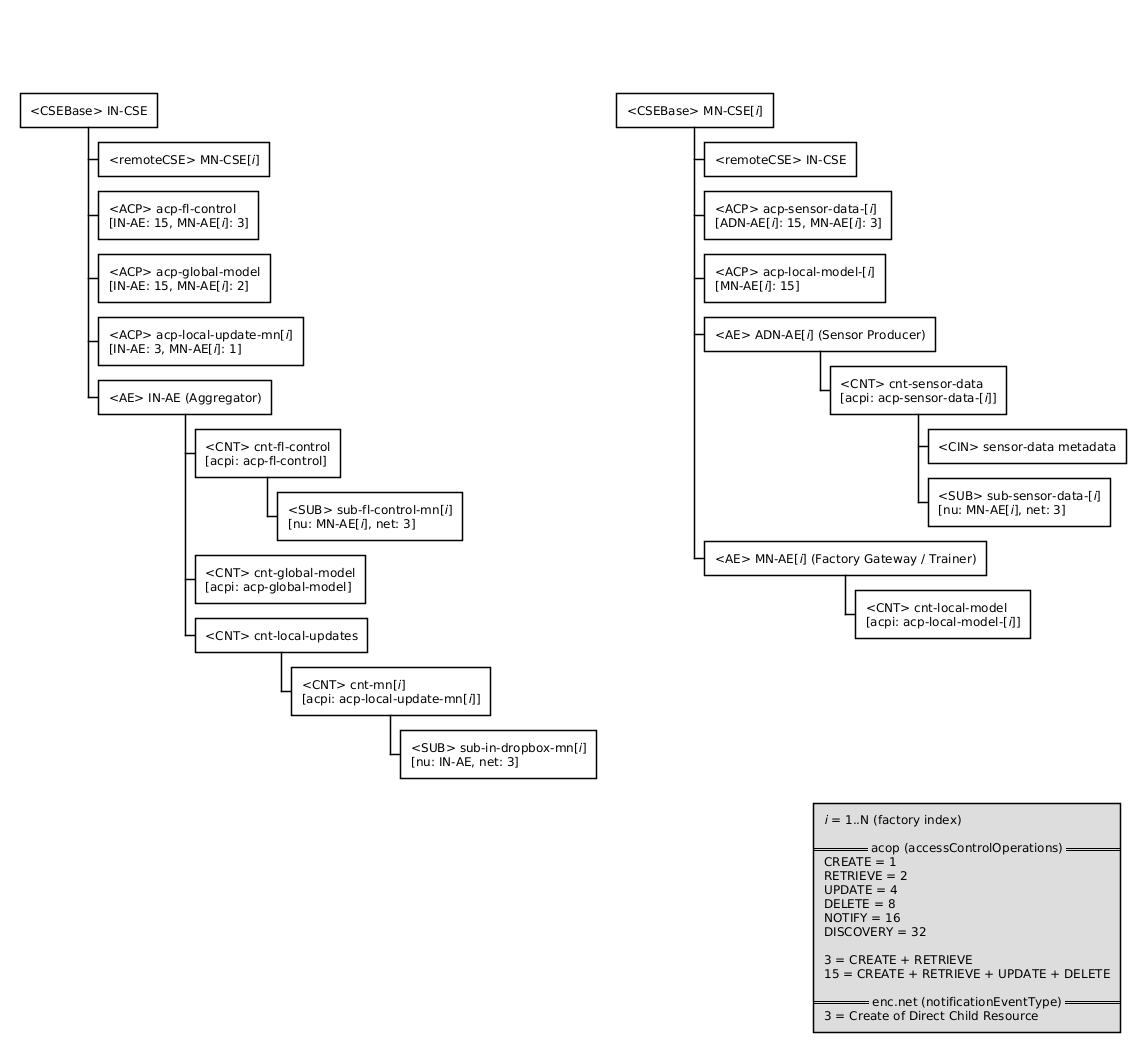
Before: out/FL-diagrams/fig_resource_tree/fig_resource_tree.png, a diagram exported from PlantUML (Kangjiyun1234/FL). Source of this version:
```plantuml
@startwbs

<style>
wbsDiagram {
  node {
    BackgroundColor white
    LineColor black
    FontColor black
  }

  arrow {
    LineColor black
  }

  :depth(0) {
    arrow {
      LineColor white
    }
  }

  .hidden {
    BackgroundColor white
    LineColor white
    FontColor white
  }
}
</style>

legend bottom right
  //i// = 1..N (factory index)

  == acop (accessControlOperations) ==
  CREATE = 1
  RETRIEVE = 2
  UPDATE = 4
  DELETE = 8
  NOTIFY = 16
  DISCOVERY = 32

  3 = CREATE + RETRIEVE
  15 = CREATE + RETRIEVE + UPDATE + DELETE

  == enc.net (notificationEventType) ==
  3 = Create of Direct Child Resource
endlegend

* Root <<hidden>>

** <CSEBase> IN-CSE
*** <remoteCSE> MN-CSE[//i//]

*** <ACP> acp-fl-control\n[IN-AE: 15, MN-AE[//i//]: 3]
*** <ACP> acp-global-model\n[IN-AE: 15, MN-AE[//i//]: 2]
*** <ACP> acp-local-update-mn[//i//]\n[IN-AE: 3, MN-AE[//i//]: 1]

*** <AE> IN-AE (Aggregator)
**** <CNT> cnt-fl-control\n[acpi: acp-fl-control]
***** <SUB> sub-fl-control-mn[//i//]\n[nu: MN-AE[//i//], net: 3]

**** <CNT> cnt-global-model\n[acpi: acp-global-model]

**** <CNT> cnt-local-updates
***** <CNT> cnt-mn[//i//]\n[acpi: acp-local-update-mn[//i//]]
****** <SUB> sub-in-dropbox-mn[//i//]\n[nu: IN-AE, net: 3]


** <CSEBase> MN-CSE[//i//]
*** <remoteCSE> IN-CSE

*** <ACP> acp-sensor-data-[//i//]\n[ADN-AE[//i//]: 15, MN-AE[//i//]: 3]
*** <ACP> acp-local-model-[//i//]\n[MN-AE[//i//]: 15]

*** <AE> ADN-AE[//i//] (Sensor Producer)
**** <CNT> cnt-sensor-data\n[acpi: acp-sensor-data-[//i//]]
***** <CIN> sensor-data metadata
***** <SUB> sub-sensor-data-[//i//]\n[nu: MN-AE[//i//], net: 3]

*** <AE> MN-AE[//i//] (Factory Gateway / Trainer)
**** <CNT> cnt-local-model\n[acpi: acp-local-model-[//i//]]

@endwbs
```
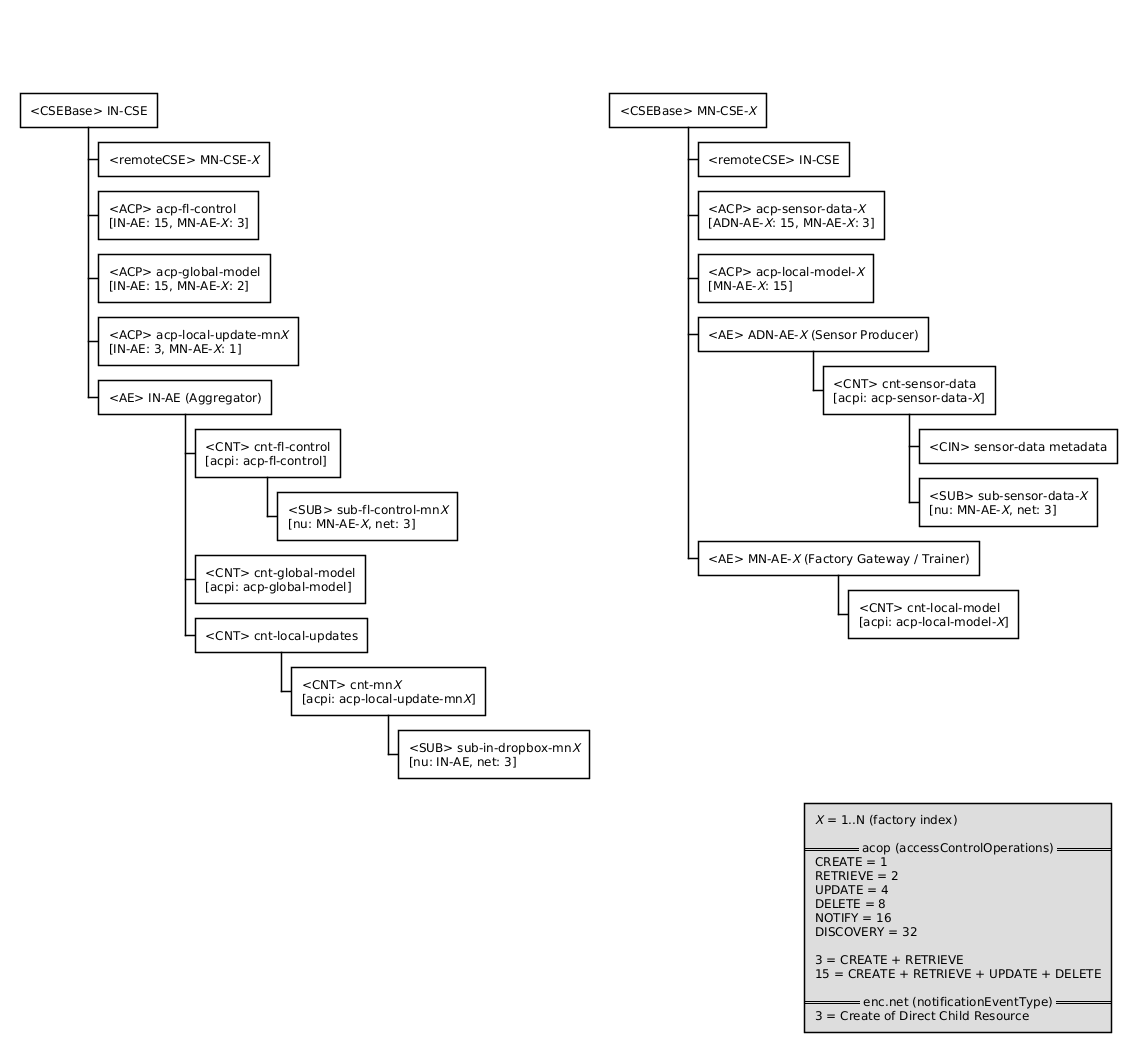
After the change.

Diff of the diagram source:
```diff
@@ -27,7 +27,7 @@
 </style>
 
 legend bottom right
-  //i// = 1..N (factory index)
+  //X// = 1..N (factory index)
 
   == acop (accessControlOperations) ==
   CREATE = 1
@@ -47,35 +47,35 @@
 * Root <<hidden>>
 
 ** <CSEBase> IN-CSE
-*** <remoteCSE> MN-CSE[//i//]
+*** <remoteCSE> MN-CSE-//X//
 
-*** <ACP> acp-fl-control\n[IN-AE: 15, MN-AE[//i//]: 3]
-*** <ACP> acp-global-model\n[IN-AE: 15, MN-AE[//i//]: 2]
-*** <ACP> acp-local-update-mn[//i//]\n[IN-AE: 3, MN-AE[//i//]: 1]
+*** <ACP> acp-fl-control\n[IN-AE: 15, MN-AE-//X//: 3]
+*** <ACP> acp-global-model\n[IN-AE: 15, MN-AE-//X//: 2]
+*** <ACP> acp-local-update-mn//X//\n[IN-AE: 3, MN-AE-//X//: 1]
 
 *** <AE> IN-AE (Aggregator)
 **** <CNT> cnt-fl-control\n[acpi: acp-fl-control]
-***** <SUB> sub-fl-control-mn[//i//]\n[nu: MN-AE[//i//], net: 3]
+***** <SUB> sub-fl-control-mn//X//\n[nu: MN-AE-//X//, net: 3]
 
 **** <CNT> cnt-global-model\n[acpi: acp-global-model]
 
 **** <CNT> cnt-local-updates
-***** <CNT> cnt-mn[//i//]\n[acpi: acp-local-update-mn[//i//]]
-****** <SUB> sub-in-dropbox-mn[//i//]\n[nu: IN-AE, net: 3]
+***** <CNT> cnt-mn//X//\n[acpi: acp-local-update-mn//X//]
+****** <SUB> sub-in-dropbox-mn//X//\n[nu: IN-AE, net: 3]
 
 
-** <CSEBase> MN-CSE[//i//]
+** <CSEBase> MN-CSE-//X//
 *** <remoteCSE> IN-CSE
 
-*** <ACP> acp-sensor-data-[//i//]\n[ADN-AE[//i//]: 15, MN-AE[//i//]: 3]
-*** <ACP> acp-local-model-[//i//]\n[MN-AE[//i//]: 15]
+*** <ACP> acp-sensor-data-//X//\n[ADN-AE-//X//: 15, MN-AE-//X//: 3]
+*** <ACP> acp-local-model-//X//\n[MN-AE-//X//: 15]
 
-*** <AE> ADN-AE[//i//] (Sensor Producer)
-**** <CNT> cnt-sensor-data\n[acpi: acp-sensor-data-[//i//]]
+*** <AE> ADN-AE-//X// (Sensor Producer)
+**** <CNT> cnt-sensor-data\n[acpi: acp-sensor-data-//X//]
 ***** <CIN> sensor-data metadata
-***** <SUB> sub-sensor-data-[//i//]\n[nu: MN-AE[//i//], net: 3]
+***** <SUB> sub-sensor-data-//X//\n[nu: MN-AE-//X//, net: 3]
 
-*** <AE> MN-AE[//i//] (Factory Gateway / Trainer)
-**** <CNT> cnt-local-model\n[acpi: acp-local-model-[//i//]]
+*** <AE> MN-AE-//X// (Factory Gateway / Trainer)
+**** <CNT> cnt-local-model\n[acpi: acp-local-model-//X//]
 
 @endwbs
```
